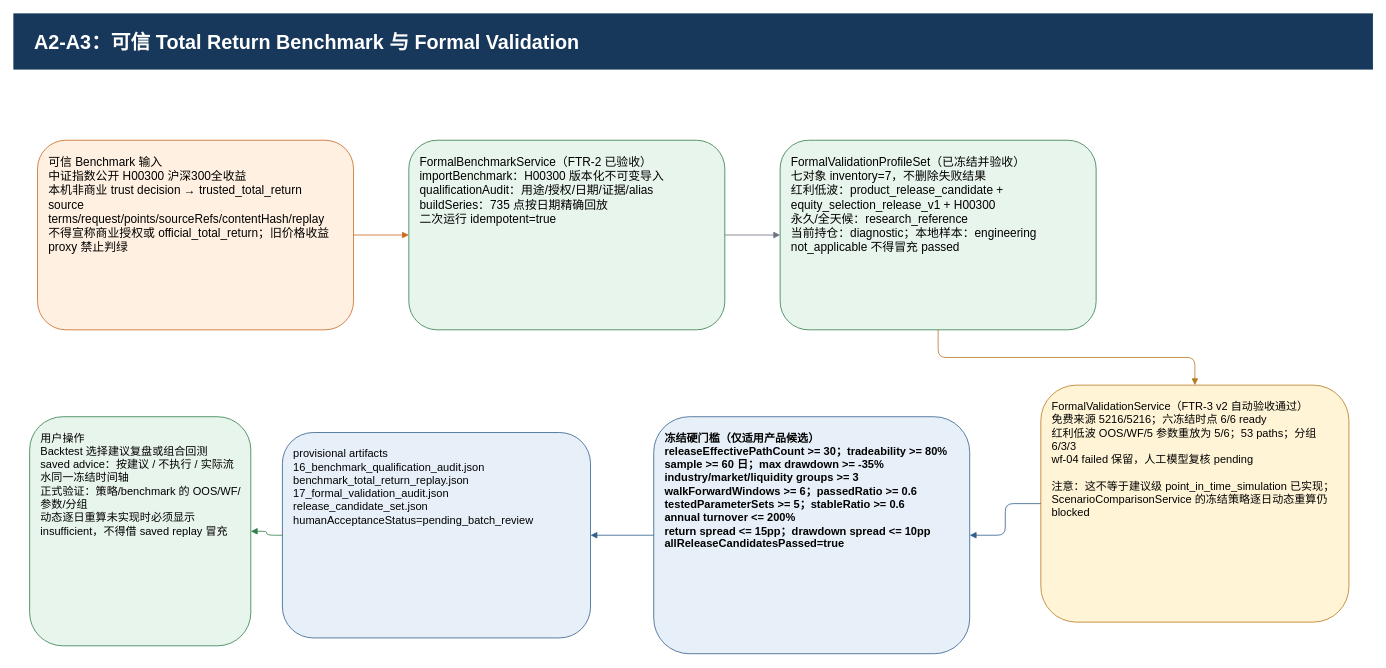
Earlier version of the draw.io diagram page "4 Benchmark与模型验证" (4 of 8) of docs/target-architecture-gap.drawio (ljx418/FAMS). Source tidied: cells renumbered, new cells numbered last; positions are measured from the earlier drawing's top-left corner, leaving out a move shared by most shapes. Both pictures are drawn from the tidied source at 79%, with x=0, y=0 at pixel (13, 13).
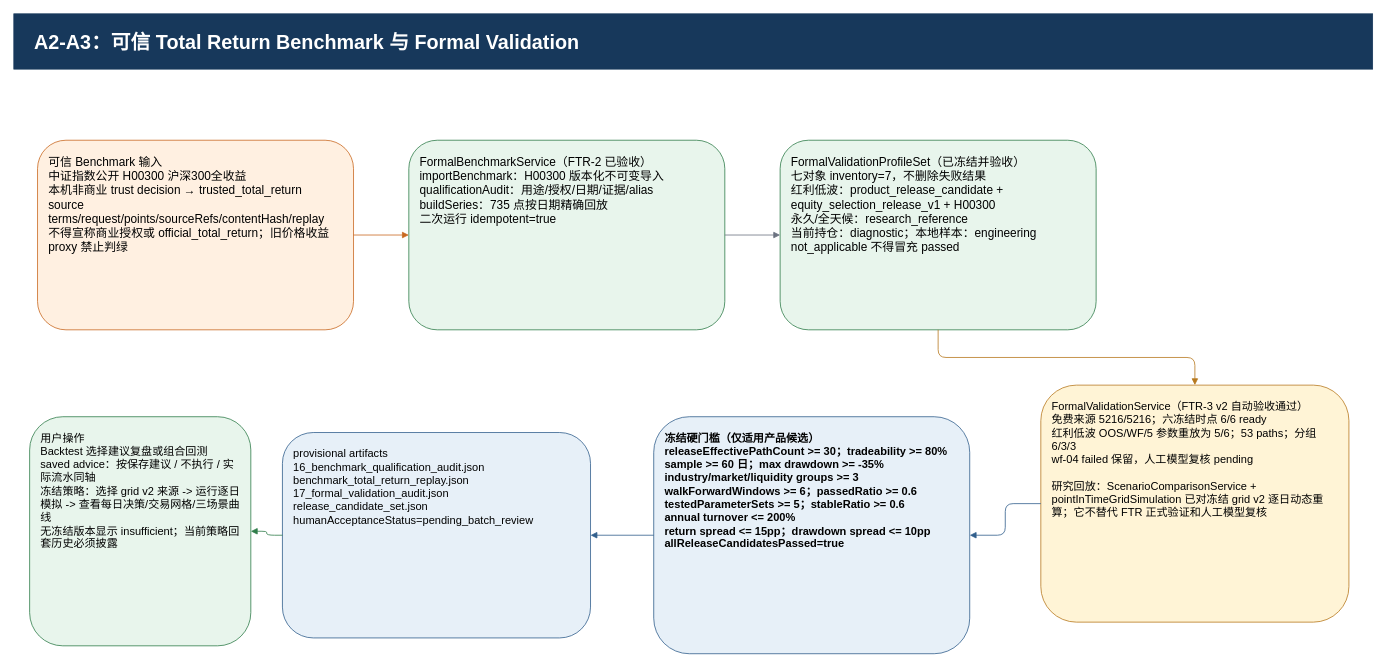
The same diagram, later.

Change to the diagram source:
```diff
@@
 <mxGraphModel>
   <root>
     <mxCell id="0" />
     <mxCell id="1" parent="0" />
     <mxCell id="2" value="A2-A3：可信 Total Return Benchmark 与 Formal Validation" style="rounded=0;whiteSpace=wrap;html=1;fontFamily=Microsoft YaHei;fontSize=25;fontStyle=1;align=left;fillColor=#17385b;strokeColor=#17385b;fontColor=#ffffff;spacingLeft=24;" parent="1" vertex="1">
       <mxGeometry width="1720" height="70" as="geometry" />
     </mxCell>
     <mxCell id="3" value="可信 Benchmark 输入&#10;中证指数公开 H00300 沪深300全收益&#10;本机非商业 trust decision → trusted_total_return&#10;source terms/request/points/sourceRefs/contentHash/replay&#10;不得宣称商业授权或 official_total_return；旧价格收益 proxy 禁止判绿" style="rounded=1;whiteSpace=wrap;html=1;fontFamily=Microsoft YaHei;fontSize=15;align=left;verticalAlign=top;fillColor=#fff0e1;strokeColor=#c96820;spacing=14;" parent="1" vertex="1">
       <mxGeometry x="30" y="160" width="400" height="240" as="geometry" />
     </mxCell>
     <mxCell id="4" value="FormalBenchmarkService（FTR-2 已验收）&#10;importBenchmark：H00300 版本化不可变导入&#10;qualificationAudit：用途/授权/日期/证据/alias&#10;buildSeries：735 点按日期精确回放&#10;二次运行 idempotent=true" style="rounded=1;whiteSpace=wrap;html=1;fontFamily=Microsoft YaHei;fontSize=15;align=left;verticalAlign=top;fillColor=#e8f5ec;strokeColor=#2f7d4a;spacing=14;" parent="1" vertex="1">
       <mxGeometry x="500" y="160" width="400" height="240" as="geometry" />
     </mxCell>
     <mxCell id="5" value="FormalValidationProfileSet（已冻结并验收）&#10;七对象 inventory=7，不删除失败结果&#10;红利低波：product_release_candidate + equity_selection_release_v1 + H00300&#10;永久/全天候：research_reference&#10;当前持仓：diagnostic；本地样本：engineering&#10;not_applicable 不得冒充 passed" style="rounded=1;whiteSpace=wrap;html=1;fontFamily=Microsoft YaHei;fontSize=15;align=left;verticalAlign=top;fillColor=#e8f5ec;strokeColor=#2f7d4a;spacing=14;" parent="1" vertex="1">
       <mxGeometry x="970" y="160" width="400" height="240" as="geometry" />
     </mxCell>
-    <mxCell id="6" value="FormalValidationService（FTR-3 v2 自动验收通过）&#10;免费来源 5216/5216；六冻结时点 6/6 ready&#10;红利低波 OOS/WF/5 参数重放为 5/6；53 paths；分组 6/3/3&#10;wf-04 failed 保留，人工模型复核 pending&#10;&#10;注意：这不等于建议级 point_in_time_simulation 已实现；ScenarioComparisonService 的冻结策略逐日动态重算仍 blocked" style="rounded=1;whiteSpace=wrap;html=1;fontFamily=Microsoft YaHei;fontSize=14;align=left;verticalAlign=top;fillColor=#fff4d6;strokeColor=#b7791f;spacing=14;" parent="1" vertex="1">
+    <mxCell id="6" value="FormalValidationService（FTR-3 v2 自动验收通过）&#10;免费来源 5216/5216；六冻结时点 6/6 ready&#10;红利低波 OOS/WF/5 参数重放为 5/6；53 paths；分组 6/3/3&#10;wf-04 failed 保留，人工模型复核 pending&#10;&#10;研究回放：ScenarioComparisonService + pointInTimeGridSimulation 已对冻结 grid v2 逐日动态重算；它不替代 FTR 正式验证和人工模型复核" style="rounded=1;whiteSpace=wrap;html=1;fontFamily=Microsoft YaHei;fontSize=14;align=left;verticalAlign=top;fillColor=#fff4d6;strokeColor=#b7791f;spacing=14;" parent="1" vertex="1">
       <mxGeometry x="1300" y="470" width="390" height="300" as="geometry" />
     </mxCell>
     <mxCell id="7" value="冻结硬门槛（仅适用产品候选）&#10;releaseEffectivePathCount &gt;= 30；tradeability &gt;= 80%&#10;sample &gt;= 60 日；max drawdown &gt;= -35%&#10;industry/market/liquidity groups &gt;= 3&#10;walkForwardWindows &gt;= 6；passedRatio &gt;= 0.6&#10;testedParameterSets &gt;= 5；stableRatio &gt;= 0.6&#10;annual turnover &lt;= 200%&#10;return spread &lt;= 15pp；drawdown spread &lt;= 10pp&#10;allReleaseCandidatesPassed=true" style="rounded=1;whiteSpace=wrap;html=1;fontFamily=Microsoft YaHei;fontSize=14;fontStyle=1;align=left;verticalAlign=top;fillColor=#e7f0f8;strokeColor=#315f8c;spacing=14;" parent="1" vertex="1">
       <mxGeometry x="810" y="510" width="400" height="300" as="geometry" />
     </mxCell>
     <mxCell id="8" value="provisional artifacts&#10;16_benchmark_qualification_audit.json&#10;benchmark_total_return_replay.json&#10;17_formal_validation_audit.json&#10;release_candidate_set.json&#10;humanAcceptanceStatus=pending_batch_review" style="rounded=1;whiteSpace=wrap;html=1;fontFamily=Microsoft YaHei;fontSize=14;align=left;verticalAlign=top;fillColor=#e7f0f8;strokeColor=#315f8c;spacing=14;" parent="1" vertex="1">
       <mxGeometry x="340" y="530" width="390" height="260" as="geometry" />
     </mxCell>
-    <mxCell id="9" value="用户操作&#10;Backtest 选择建议复盘或组合回测&#10;saved advice：按建议 / 不执行 / 实际流水同一冻结时间轴&#10;正式验证：策略/benchmark 的 OOS/WF/参数/分组&#10;动态逐日重算未实现时必须显示 insufficient，不得借 saved replay 冒充" style="rounded=1;whiteSpace=wrap;html=1;fontFamily=Microsoft YaHei;fontSize=14;align=left;verticalAlign=top;fillColor=#e8f5ec;strokeColor=#2f7d4a;spacing=14;" parent="1" vertex="1">
+    <mxCell id="9" value="用户操作&#10;Backtest 选择建议复盘或组合回测&#10;saved advice：按保存建议 / 不执行 / 实际流水同轴&#10;冻结策略：选择 grid v2 来源 -&gt; 运行逐日模拟 -&gt; 查看每日决策/交易网格/三场景曲线&#10;无冻结版本显示 insufficient；当前策略回套历史必须披露" style="rounded=1;whiteSpace=wrap;html=1;fontFamily=Microsoft YaHei;fontSize=14;align=left;verticalAlign=top;fillColor=#e8f5ec;strokeColor=#2f7d4a;spacing=14;" parent="1" vertex="1">
       <mxGeometry x="20" y="510" width="280" height="290" as="geometry" />
     </mxCell>
     <mxCell id="10" style="edgeStyle=orthogonalEdgeStyle;html=1;endArrow=block;strokeColor=#c96820;" parent="1" edge="1" source="3" target="4">
       <mxGeometry relative="1" as="geometry" />
     </mxCell>
     <mxCell id="11" style="edgeStyle=orthogonalEdgeStyle;html=1;endArrow=block;strokeColor=#6b7280;" parent="1" edge="1" source="4" target="5">
       <mxGeometry relative="1" as="geometry" />
     </mxCell>
     <mxCell id="12" style="edgeStyle=orthogonalEdgeStyle;html=1;endArrow=block;strokeColor=#b7791f;" parent="1" edge="1" source="5" target="6">
       <mxGeometry relative="1" as="geometry" />
     </mxCell>
     <mxCell id="13" style="edgeStyle=orthogonalEdgeStyle;html=1;endArrow=block;strokeColor=#315f8c;" parent="1" edge="1" source="6" target="7">
       <mxGeometry relative="1" as="geometry" />
     </mxCell>
     <mxCell id="14" style="edgeStyle=orthogonalEdgeStyle;html=1;endArrow=block;strokeColor=#315f8c;" parent="1" edge="1" source="7" target="8">
       <mxGeometry relative="1" as="geometry" />
     </mxCell>
     <mxCell id="15" style="edgeStyle=orthogonalEdgeStyle;html=1;endArrow=block;strokeColor=#2f7d4a;" parent="1" edge="1" source="8" target="9">
       <mxGeometry relative="1" as="geometry" />
     </mxCell>
   </root>
 </mxGraphModel>
```
